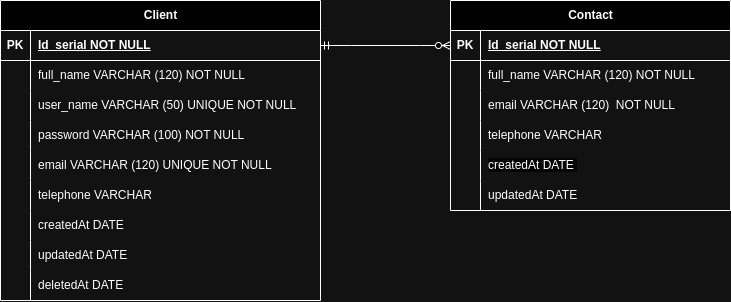
Earlier version of the draw.io export assets/diagram-client.drawio.png (Carol-Rocha/Hello-Contacts-backend). Source tidied: cells renumbered, new cells last; positions are measured from the earlier drawing's top-left corner, leaving out a move shared by most shapes.
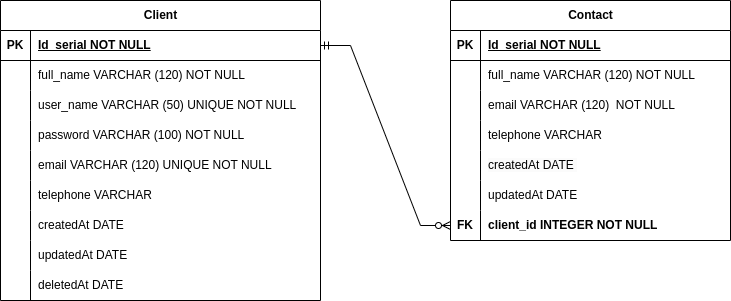
The same file after the commit.

Commit message:
feat: create client entity

Diff of the diagram source:
```diff
@@ -3,7 +3,7 @@
     <mxCell id="0" />
     <mxCell id="1" parent="0" />
     <mxCell id="2" value="Contact" style="shape=table;startSize=30;rowLines=0;fontStyle=1;align=center;html=1;" parent="1" vertex="1">
-      <mxGeometry x="450" width="280" height="210" as="geometry" />
+      <mxGeometry x="450" width="280" height="240" as="geometry" />
     </mxCell>
     <mxCell id="3" style="shape=tableRow;horizontal=0;startSize=0;swimlaneHead=0;swimlaneBody=0;fillColor=none;points=[[0,0.5],[1,0.5]];portConstraint=eastwest;top=0;left=0;right=0;bottom=1;" parent="2" vertex="1">
       <mxGeometry y="30" width="280" height="30" as="geometry" />
@@ -59,6 +59,15 @@
     <mxCell id="20" value="updatedAt DATE" style="shape=partialRectangle;fillColor=none;top=0;left=0;bottom=0;right=0;align=left;spacingLeft=6;overflow=hidden;whiteSpace=wrap;html=1;" parent="18" vertex="1">
       <mxGeometry x="30" width="250" height="30" as="geometry" />
     </mxCell>
+    <mxCell id="50" style="shape=tableRow;horizontal=0;startSize=0;swimlaneHead=0;swimlaneBody=0;fillColor=none;points=[[0,0.5],[1,0.5]];portConstraint=eastwest;top=0;left=0;right=0;bottom=0;" parent="2" vertex="1">
+      <mxGeometry y="210" width="280" height="30" as="geometry" />
+    </mxCell>
+    <mxCell id="51" value="&lt;b&gt;FK&lt;/b&gt;" style="shape=partialRectangle;fillColor=none;top=0;left=0;bottom=0;right=0;overflow=hidden;whiteSpace=wrap;html=1;" parent="50" vertex="1">
+      <mxGeometry width="30" height="30" as="geometry" />
+    </mxCell>
+    <mxCell id="52" value="&lt;b&gt;client_id INTEGER NOT NULL&lt;/b&gt;" style="shape=partialRectangle;fillColor=none;top=0;left=0;bottom=0;right=0;align=left;spacingLeft=6;overflow=hidden;whiteSpace=wrap;html=1;" parent="50" vertex="1">
+      <mxGeometry x="30" width="250" height="30" as="geometry" />
+    </mxCell>
     <mxCell id="21" value="Client" style="shape=table;startSize=30;rowLines=0;fontStyle=1;align=center;html=1;" parent="1" vertex="1">
       <mxGeometry width="320" height="300" as="geometry" />
     </mxCell>
@@ -143,11 +152,12 @@
     <mxCell id="48" value="deletedAt DATE" style="shape=partialRectangle;fillColor=none;top=0;left=0;bottom=0;right=0;align=left;spacingLeft=6;overflow=hidden;whiteSpace=wrap;html=1;" parent="46" vertex="1">
       <mxGeometry x="30" width="290" height="30" as="geometry" />
     </mxCell>
-    <mxCell id="49" style="edgeStyle=entityRelationEdgeStyle;fontSize=12;html=1;endArrow=ERzeroToMany;startArrow=ERmandOne;rounded=0;exitX=1;exitY=0.5;exitDx=0;exitDy=0;entryX=0;entryY=0.5;entryDx=0;entryDy=0;" parent="1" edge="1" source="22" target="3">
+    <mxCell id="49" style="edgeStyle=entityRelationEdgeStyle;fontSize=12;html=1;endArrow=ERzeroToMany;startArrow=ERmandOne;rounded=0;exitX=1;exitY=0.5;exitDx=0;exitDy=0;entryX=0;entryY=0.5;entryDx=0;entryDy=0;" parent="1" edge="1" source="22" target="50">
       <mxGeometry relative="1" as="geometry">
         <Array as="points">
           <mxPoint x="440" y="210" />
           <mxPoint x="430" y="190" />
+          <mxPoint x="440" y="90" />
         </Array>
       </mxGeometry>
     </mxCell>
```
